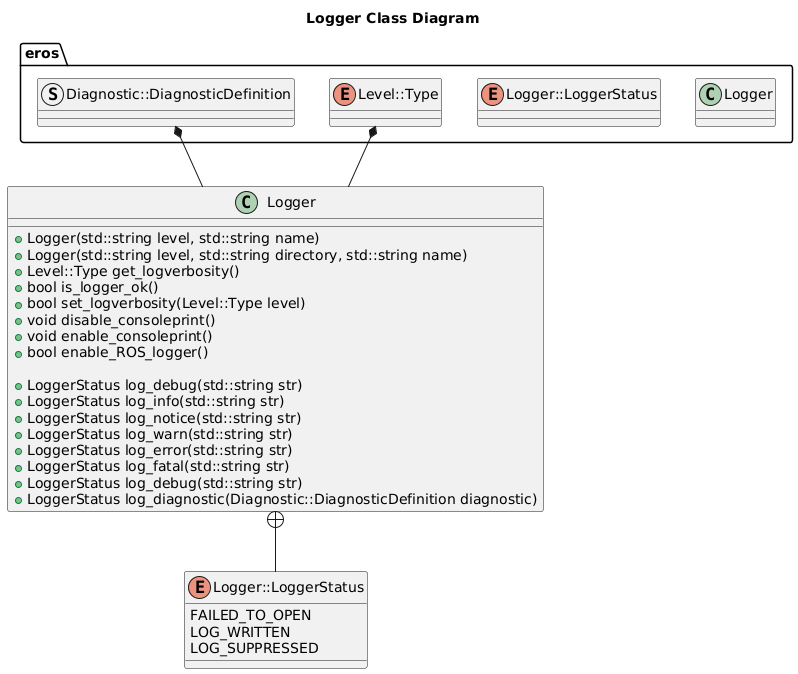
Above: include/eros/doc/output/LoggerClassDiagram.png in dgitz/eros (PlantUML), before the change. Source of this version:
```plantuml
@startuml
title Logger Class Diagram
package eros {
    class Logger
    enum Logger::LoggerStatus
    enum Level::Type
    struct Diagnostic::DiagnosticDefinition
}
class Logger {
    +Logger(std::string level, std::string name)
    +Logger(std::string level, std::string directory, std::string name)
    +Level::Type get_logverbosity()
    +bool is_logger_ok()
    +bool set_logverbosity(Level::Type level)
    +void disable_consoleprint()
    +void enable_consoleprint()
    +bool enable_ROS_logger()

    +LoggerStatus log_debug(std::string str)
    +LoggerStatus log_info(std::string str)
    +LoggerStatus log_notice(std::string str)
    +LoggerStatus log_warn(std::string str)
    +LoggerStatus log_error(std::string str)
    +LoggerStatus log_fatal(std::string str)
    +LoggerStatus log_debug(std::string str)
    +LoggerStatus log_diagnostic(Diagnostic::DiagnosticDefinition diagnostic)

}
enum Logger::LoggerStatus {
    FAILED_TO_OPEN
    LOG_WRITTEN
    LOG_SUPPRESSED
}
Logger +-- Logger::LoggerStatus
Level::Type *-- Logger
Diagnostic::DiagnosticDefinition *-- Logger
@enduml
```
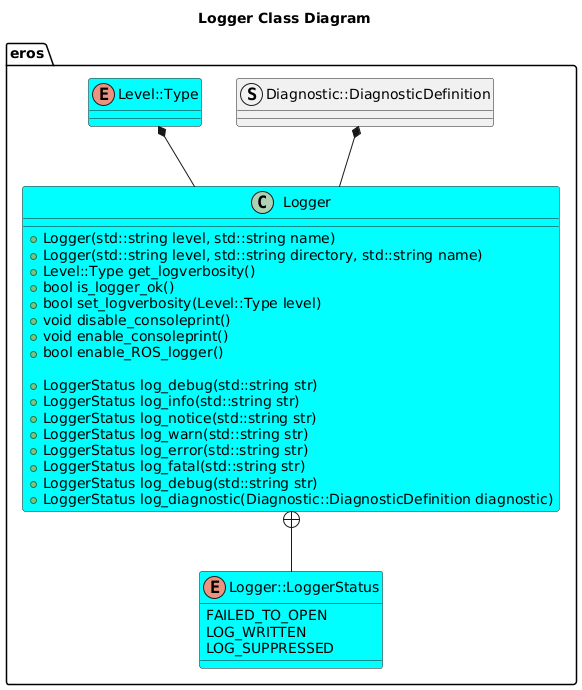
The same file after the commit.

The edit, as a diff of the source:
```diff
@@ -1,12 +1,10 @@
 @startuml
 title Logger Class Diagram
 package eros {
-    class Logger
-    enum Logger::LoggerStatus
-    enum Level::Type
-    struct Diagnostic::DiagnosticDefinition
-}
-class Logger {
+enum Logger::LoggerStatus
+
+struct Diagnostic::DiagnosticDefinition
+class Logger #Cyan {
     +Logger(std::string level, std::string name)
     +Logger(std::string level, std::string directory, std::string name)
     +Level::Type get_logverbosity()
@@ -26,7 +24,8 @@
     +LoggerStatus log_diagnostic(Diagnostic::DiagnosticDefinition diagnostic)
 
 }
-enum Logger::LoggerStatus {
+enum Level::Type #Cyan
+enum Logger::LoggerStatus #Cyan {
     FAILED_TO_OPEN
     LOG_WRITTEN
     LOG_SUPPRESSED
@@ -34,4 +33,5 @@
 Logger +-- Logger::LoggerStatus
 Level::Type *-- Logger
 Diagnostic::DiagnosticDefinition *-- Logger
+}
 @enduml
```
